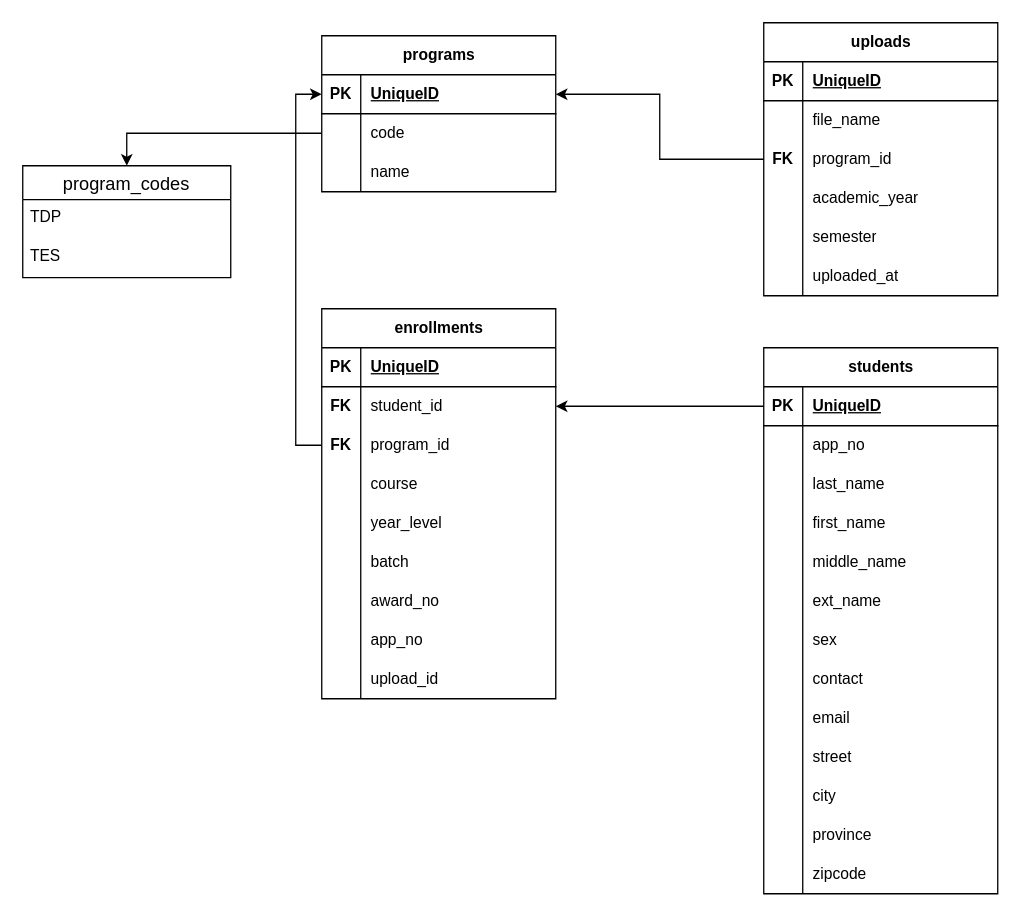
angelitotagpuno-lab/cpsu-scholarship-nuxt keeps this draw.io diagram as server/data/imports_docs/erd_imports_TDP_TES.drawio. Above is the earlier version. Source tidied: cells renumbered, new cells numbered last; positions are measured from the earlier drawing's top-left corner, leaving out a move shared by most shapes. Both pictures are drawn from the tidied source at 130%, with x=0, y=0 at pixel (22, 22).
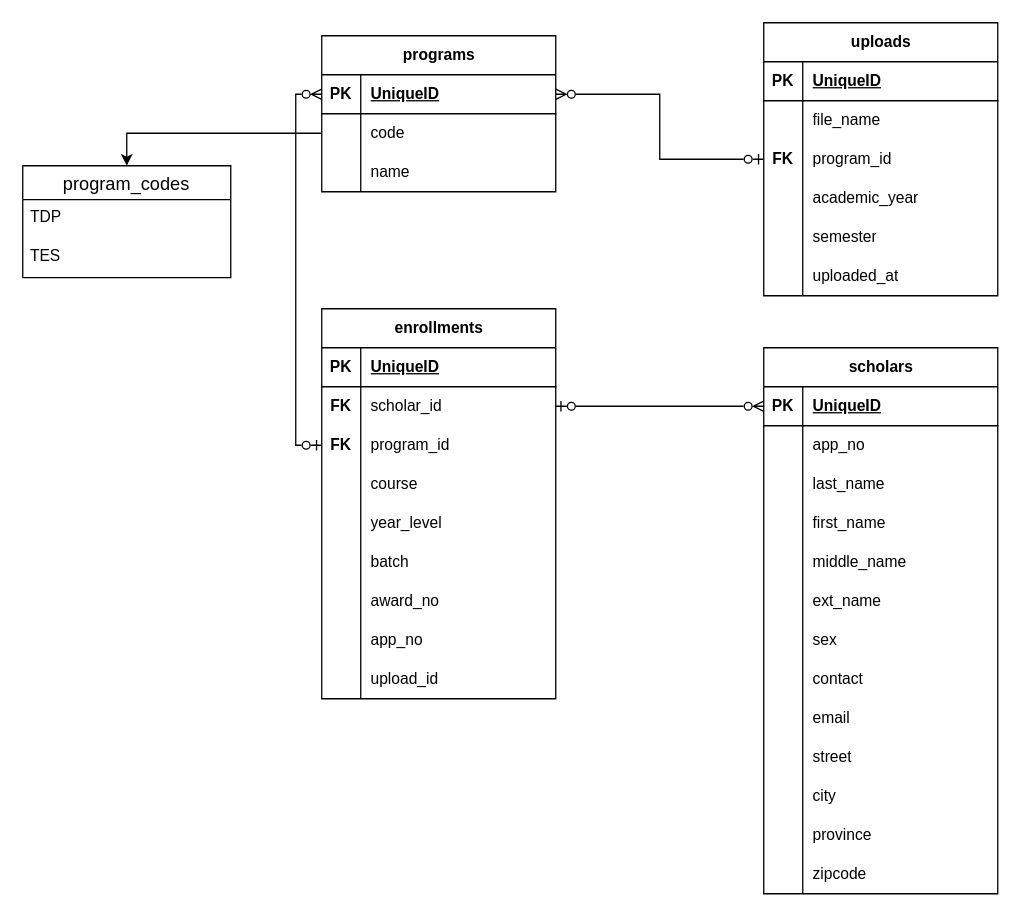
After the change.

Unchanged cells that the change refers to:
```xml
<mxCell id="3" style="shape=tableRow;horizontal=0;startSize=0;swimlaneHead=0;swimlaneBody=0;fillColor=none;points=[[0,0.5],[1,0.5]];portConstraint=eastwest;top=0;left=0;right=0;bottom=1;" parent="2" vertex="1">
  <mxGeometry y="30" width="180" height="30" as="geometry" />
</mxCell>
<mxCell id="13" style="shape=tableRow;horizontal=0;startSize=0;swimlaneHead=0;swimlaneBody=0;fillColor=none;points=[[0,0.5],[1,0.5]];portConstraint=eastwest;top=0;left=0;right=0;bottom=1;" parent="12" vertex="1">
  <mxGeometry y="30" width="180" height="30" as="geometry" />
</mxCell>
<mxCell id="59" style="shape=tableRow;horizontal=0;startSize=0;swimlaneHead=0;swimlaneBody=0;fillColor=none;points=[[0,0.5],[1,0.5]];portConstraint=eastwest;top=0;left=0;right=0;bottom=0;" parent="52" vertex="1">
  <mxGeometry y="90" width="180" height="30" as="geometry" />
</mxCell>
<mxCell id="75" style="shape=tableRow;horizontal=0;startSize=0;swimlaneHead=0;swimlaneBody=0;fillColor=none;points=[[0,0.5],[1,0.5]];portConstraint=eastwest;top=0;left=0;right=0;bottom=0;" parent="71" vertex="1">
  <mxGeometry y="60" width="180" height="30" as="geometry" />
</mxCell>
<mxCell id="78" style="shape=tableRow;horizontal=0;startSize=0;swimlaneHead=0;swimlaneBody=0;fillColor=none;points=[[0,0.5],[1,0.5]];portConstraint=eastwest;top=0;left=0;right=0;bottom=0;" parent="71" vertex="1">
  <mxGeometry y="90" width="180" height="30" as="geometry" />
</mxCell>
```

The edit, as a diff of the source:
```diff
@@
-    <mxCell id="12" value="students" style="shape=table;startSize=30;childLayout=tableLayout;rowLines=0;fontStyle=1;align=center;html=1;" parent="1" vertex="1">
+    <mxCell id="12" value="scholars" style="shape=table;startSize=30;childLayout=tableLayout;rowLines=0;fontStyle=1;align=center;html=1;" parent="1" vertex="1">
       <mxGeometry x="570" y="250" width="180" height="420" as="geometry" />
     </mxCell>
@@
-    <mxCell id="77" value="student_id" style="shape=partialRectangle;fillColor=none;top=0;left=0;bottom=0;right=0;align=left;spacingLeft=6;overflow=hidden;whiteSpace=wrap;html=1;" parent="75" vertex="1">
+    <mxCell id="77" value="scholar_id" style="shape=partialRectangle;fillColor=none;top=0;left=0;bottom=0;right=0;align=left;spacingLeft=6;overflow=hidden;whiteSpace=wrap;html=1;" parent="75" vertex="1">
       <mxGeometry x="30" width="150" height="30" as="geometry" />
     </mxCell>
@@
-    <mxCell id="103" style="edgeStyle=orthogonalEdgeStyle;rounded=0;jettySize=auto;html=1;exitX=0;exitY=0.5;exitDx=0;exitDy=0;entryX=1;entryY=0.5;entryDx=0;entryDy=0;" parent="1" edge="1" source="59" target="3">
+    <mxCell id="103" style="edgeStyle=orthogonalEdgeStyle;rounded=0;jettySize=auto;html=1;exitX=0;exitY=0.5;exitDx=0;exitDy=0;entryX=1;entryY=0.5;entryDx=0;entryDy=0;startArrow=ERzeroToOne;startFill=0;endArrow=ERzeroToMany;endFill=0;" parent="1" edge="1" source="59" target="3">
       <mxGeometry relative="1" as="geometry" />
     </mxCell>
-    <mxCell id="104" style="edgeStyle=orthogonalEdgeStyle;rounded=0;jettySize=auto;html=1;exitX=0;exitY=0.5;exitDx=0;exitDy=0;entryX=1;entryY=0.5;entryDx=0;entryDy=0;" parent="1" edge="1" source="13" target="75">
+    <mxCell id="104" style="edgeStyle=orthogonalEdgeStyle;rounded=0;jettySize=auto;html=1;exitX=0;exitY=0.5;exitDx=0;exitDy=0;entryX=1;entryY=0.5;entryDx=0;entryDy=0;endArrow=ERzeroToOne;endFill=0;startArrow=ERzeroToMany;startFill=0;" parent="1" edge="1" source="13" target="75">
       <mxGeometry relative="1" as="geometry" />
     </mxCell>
-    <mxCell id="105" style="edgeStyle=orthogonalEdgeStyle;rounded=0;jettySize=auto;html=1;exitX=0;exitY=0.5;exitDx=0;exitDy=0;entryX=0;entryY=0.5;entryDx=0;entryDy=0;" parent="1" edge="1" source="78" target="3">
+    <mxCell id="105" style="edgeStyle=orthogonalEdgeStyle;rounded=0;jettySize=auto;html=1;exitX=0;exitY=0.5;exitDx=0;exitDy=0;entryX=0;entryY=0.5;entryDx=0;entryDy=0;startArrow=ERzeroToOne;startFill=0;endArrow=ERzeroToMany;endFill=0;" parent="1" edge="1" source="78" target="3">
       <mxGeometry relative="1" as="geometry" />
     </mxCell>
```
